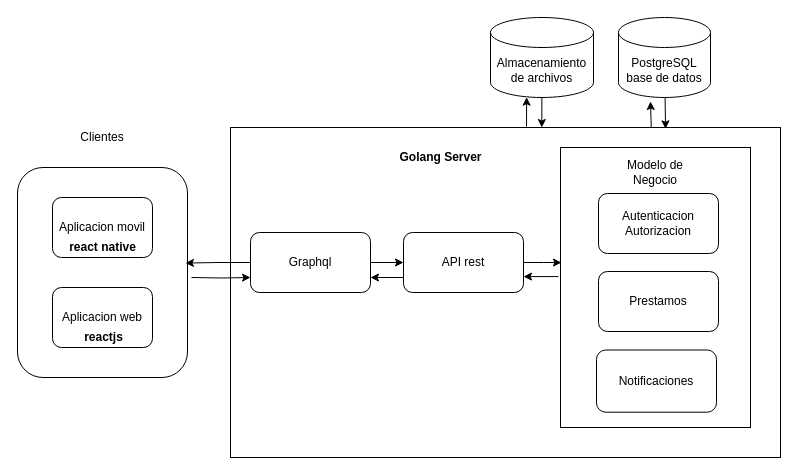
Above: docs/arquitectura-software.drawio in alexrv11/credicuotas (draw.io), before the change. Source tidied: cells renumbered, new cells numbered last; positions are measured from the earlier drawing's top-left corner, leaving out a move shared by most shapes. Both pictures are drawn from the tidied source at 100%, with x=0, y=0 at pixel (17, 17).
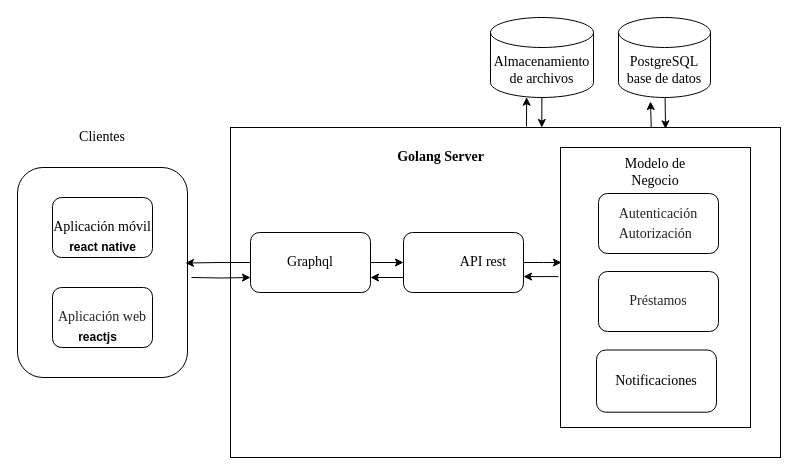
The same page after the edit.

The change refers to these unchanged cells:
```xml
<mxCell id="5" style="group;" parent="1" vertex="1">
  <mxGeometry x="543" y="130" width="190" height="280" as="geometry" />
</mxCell>
```

The edit, as a diff of the source:
```diff
@@
-    <mxCell id="7" value="Modelo de Negocio" style="text;html=1;strokeColor=none;fillColor=none;align=center;verticalAlign=middle;whiteSpace=wrap;rounded=0;" parent="5" vertex="1">
+    <mxCell id="7" value="&lt;font face=&quot;Times New Roman&quot; style=&quot;font-size: 14px&quot;&gt;Modelo de Negocio&lt;/font&gt;" style="text;html=1;strokeColor=none;fillColor=none;align=center;verticalAlign=middle;whiteSpace=wrap;rounded=0;" parent="5" vertex="1">
       <mxGeometry x="60" y="12.7" width="70" height="25.4" as="geometry" />
     </mxCell>
-    <mxCell id="8" value="Notificaciones" style="rounded=1;whiteSpace=wrap;html=1;" parent="5" vertex="1">
+    <mxCell id="8" value="&lt;font face=&quot;Times New Roman&quot; style=&quot;font-size: 14px&quot;&gt;Notificaciones&lt;/font&gt;" style="rounded=1;whiteSpace=wrap;html=1;" parent="5" vertex="1">
       <mxGeometry x="36" y="202.5" width="120" height="62.2" as="geometry" />
     </mxCell>
@@
-    <mxCell id="12" value="Almacenamiento de archivos" style="shape=cylinder3;whiteSpace=wrap;html=1;boundedLbl=1;backgroundOutline=1;size=15;" parent="1" vertex="1">
+    <mxCell id="12" value="&lt;font face=&quot;Times New Roman&quot; style=&quot;font-size: 14px&quot;&gt;Almacenamiento de archivos&lt;/font&gt;" style="shape=cylinder3;whiteSpace=wrap;html=1;boundedLbl=1;backgroundOutline=1;size=15;" parent="1" vertex="1">
       <mxGeometry x="473" width="103" height="80" as="geometry" />
     </mxCell>
-    <mxCell id="13" value="Aplicacion movil" style="rounded=1;whiteSpace=wrap;html=1;" parent="1" vertex="1">
+    <mxCell id="13" value="&lt;span id=&quot;docs-internal-guid-cbfc4621-7fff-1bd8-7f0c-d93d9ddc724f&quot;&gt;&lt;span style=&quot;font-family: &amp;#34;times new roman&amp;#34; ; background-color: transparent ; vertical-align: baseline&quot;&gt;&lt;font style=&quot;font-size: 14px&quot;&gt;Aplicación móvil&lt;/font&gt;&lt;/span&gt;&lt;/span&gt;" style="rounded=1;whiteSpace=wrap;html=1;" parent="1" vertex="1">
       <mxGeometry x="35" y="180" width="100" height="60" as="geometry" />
     </mxCell>
-    <mxCell id="14" value="Aplicacion web" style="rounded=1;whiteSpace=wrap;html=1;" parent="1" vertex="1">
+    <mxCell id="14" value="&lt;span id=&quot;docs-internal-guid-b421cde1-7fff-c4d9-3b9d-966f2ae4d0f9&quot;&gt;&lt;span style=&quot;font-family: &amp;#34;times new roman&amp;#34; ; color: rgb(36 , 36 , 36) ; vertical-align: baseline&quot;&gt;&lt;font style=&quot;font-size: 14px&quot;&gt;Aplicación web&lt;/font&gt;&lt;/span&gt;&lt;/span&gt;" style="rounded=1;whiteSpace=wrap;html=1;" parent="1" vertex="1">
       <mxGeometry x="35" y="270" width="100" height="60" as="geometry" />
     </mxCell>
-    <mxCell id="15" value="Clientes" style="text;html=1;strokeColor=none;fillColor=none;align=center;verticalAlign=middle;whiteSpace=wrap;rounded=0;" parent="1" vertex="1">
+    <mxCell id="15" value="&lt;font face=&quot;Times New Roman&quot; style=&quot;font-size: 14px&quot;&gt;Clientes&lt;/font&gt;" style="text;html=1;strokeColor=none;fillColor=none;align=center;verticalAlign=middle;whiteSpace=wrap;rounded=0;" parent="1" vertex="1">
       <mxGeometry x="65" y="110" width="40" height="20" as="geometry" />
     </mxCell>
@@
-    <mxCell id="18" value="Graphql" style="rounded=1;whiteSpace=wrap;html=1;" parent="1" vertex="1">
+    <mxCell id="18" value="&lt;font face=&quot;Times New Roman&quot; style=&quot;font-size: 14px&quot;&gt;Graphql&lt;/font&gt;" style="rounded=1;whiteSpace=wrap;html=1;" parent="1" vertex="1">
       <mxGeometry x="233" y="215" width="120" height="60" as="geometry" />
     </mxCell>
@@
-    <mxCell id="21" value="API rest" style="rounded=1;whiteSpace=wrap;html=1;" parent="1" vertex="1">
+    <mxCell id="21" value="&lt;blockquote style=&quot;margin: 0 0 0 40px ; border: none ; padding: 0px&quot;&gt;&lt;font face=&quot;Times New Roman&quot; style=&quot;font-size: 14px&quot;&gt;API rest&lt;/font&gt;&lt;/blockquote&gt;" style="rounded=1;whiteSpace=wrap;html=1;align=center;" parent="1" vertex="1">
       <mxGeometry x="386" y="215" width="120" height="60" as="geometry" />
     </mxCell>
-    <mxCell id="22" value="Autenticacion&lt;br&gt;Autorizacion" style="rounded=1;whiteSpace=wrap;html=1;" parent="1" vertex="1">
+    <mxCell id="22" value="&lt;p dir=&quot;ltr&quot; style=&quot;line-height: 1.38 ; text-align: justify ; margin-top: 0pt ; margin-bottom: 0pt ; font-size: 14px&quot;&gt;&lt;span style=&quot;color: rgb(36 , 36 , 36) ; background-color: transparent ; font-weight: 400 ; font-style: normal ; font-variant: normal ; text-decoration: none ; vertical-align: baseline&quot;&gt;&lt;font face=&quot;Times New Roman&quot; style=&quot;font-size: 14px&quot;&gt;Autenticación&lt;/font&gt;&lt;/span&gt;&lt;/p&gt;&lt;p class=&quot;p1&quot; style=&quot;margin: 0px ; font-stretch: normal ; line-height: normal ; font-size: 14px&quot;&gt;&lt;font face=&quot;Times New Roman&quot; style=&quot;font-size: 14px&quot;&gt;&lt;span id=&quot;docs-internal-guid-65f33f7f-7fff-6b94-cf0a-91d3468dae4a&quot;&gt;&lt;/span&gt;&lt;/font&gt;&lt;/p&gt;&lt;p dir=&quot;ltr&quot; style=&quot;line-height: 1.38 ; text-align: justify ; margin-top: 0pt ; margin-bottom: 0pt ; font-size: 14px&quot;&gt;&lt;span style=&quot;color: rgb(36 , 36 , 36) ; background-color: transparent ; font-weight: 400 ; font-style: normal ; font-variant: normal ; text-decoration: none ; vertical-align: baseline&quot;&gt;&lt;font face=&quot;Times New Roman&quot; style=&quot;font-size: 14px&quot;&gt;Autorización&lt;/font&gt;&lt;/span&gt;&lt;/p&gt;" style="rounded=1;whiteSpace=wrap;html=1;" parent="1" vertex="1">
       <mxGeometry x="581" y="176" width="120" height="60" as="geometry" />
     </mxCell>
-    <mxCell id="23" value="Prestamos" style="rounded=1;whiteSpace=wrap;html=1;" parent="1" vertex="1">
+    <mxCell id="23" value="&lt;span id=&quot;docs-internal-guid-7619b9f4-7fff-b771-9fa7-36b490f91259&quot;&gt;&lt;span style=&quot;font-size: 10.5pt ; font-family: &amp;#34;times new roman&amp;#34; ; color: rgb(36 , 36 , 36) ; vertical-align: baseline&quot;&gt;Préstamos&lt;/span&gt;&lt;/span&gt;" style="rounded=1;whiteSpace=wrap;html=1;" parent="1" vertex="1">
       <mxGeometry x="581" y="254" width="120" height="60" as="geometry" />
     </mxCell>
@@
-    <mxCell id="25" value="PostgreSQL&lt;br&gt;base de datos" style="shape=cylinder3;whiteSpace=wrap;html=1;boundedLbl=1;backgroundOutline=1;size=15;" parent="1" vertex="1">
+    <mxCell id="25" value="&lt;font face=&quot;Times New Roman&quot; style=&quot;font-size: 14px&quot;&gt;PostgreSQL&lt;br&gt;base de datos&lt;/font&gt;" style="shape=cylinder3;whiteSpace=wrap;html=1;boundedLbl=1;backgroundOutline=1;size=15;" parent="1" vertex="1">
       <mxGeometry x="601" width="92" height="80" as="geometry" />
     </mxCell>
@@
-    <mxCell id="27" value="&lt;b&gt;Golang Server&lt;/b&gt;" style="text;html=1;align=center;verticalAlign=middle;strokeColor=none;" parent="1" vertex="1">
+    <mxCell id="27" value="&lt;b&gt;&lt;font face=&quot;Times New Roman&quot; style=&quot;font-size: 14px&quot;&gt;Golang Server&lt;/font&gt;&lt;/b&gt;" style="text;html=1;align=center;verticalAlign=middle;strokeColor=none;" parent="1" vertex="1">
       <mxGeometry x="373" y="130" width="100" height="20" as="geometry" />
     </mxCell>
@@
     <mxCell id="29" value="&lt;b&gt;reactjs&lt;/b&gt;" style="text;html=1;align=center;verticalAlign=middle;strokeColor=none;" parent="1" vertex="1">
-      <mxGeometry x="61" y="310" width="50" height="20" as="geometry" />
+      <mxGeometry x="55" y="310" width="50" height="20" as="geometry" />
     </mxCell>
```
